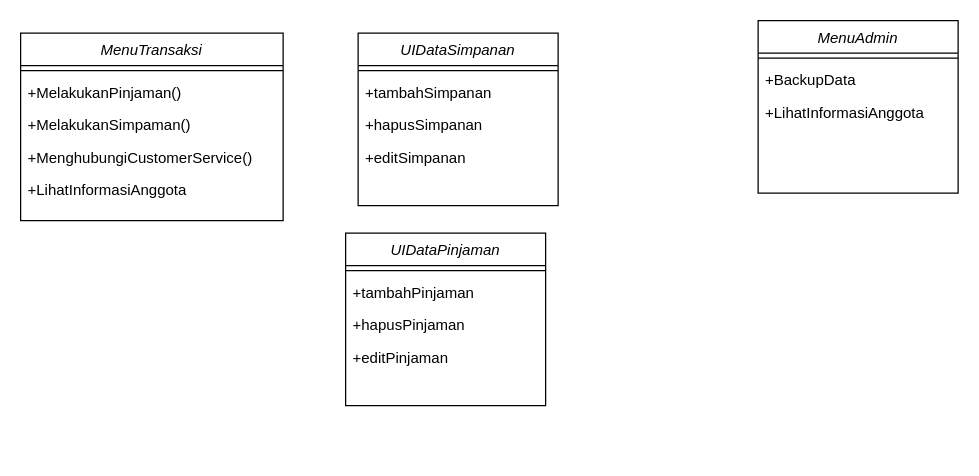
Earlier version of the draw.io diagram class.drawio (irfanshow/UML). Source tidied: cells renumbered, new cells numbered last; positions are measured from the earlier drawing's top-left corner, leaving out a move shared by most shapes. Both pictures are drawn from the tidied source at 125%, with x=0, y=0 at pixel (20, 20).
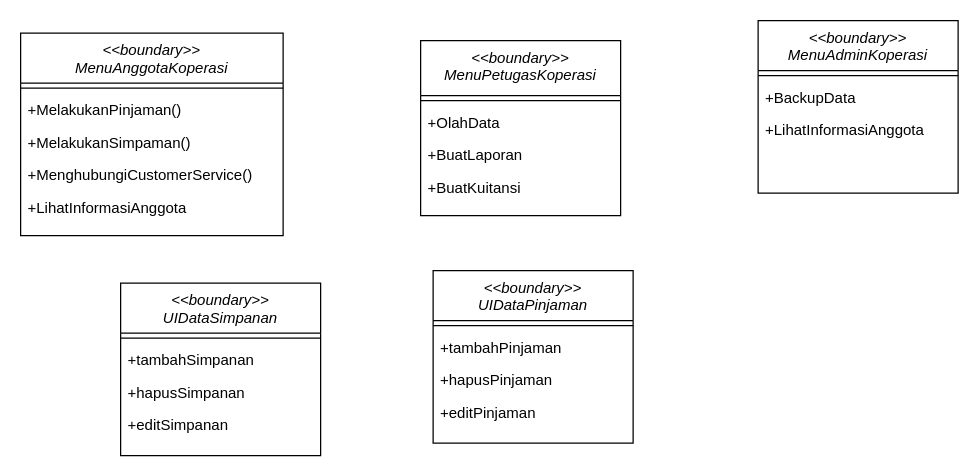
The same diagram, later.

Diff of the diagram source:
```diff
@@
-    <mxCell id="2" value="UIDataSimpanan" style="swimlane;fontStyle=2;align=center;verticalAlign=top;horizontal=1;startSize=26;rounded=0;shadow=0;strokeWidth=1;" parent="1" vertex="1">
-      <mxGeometry x="270" y="10" width="160" height="138" as="geometry" />
+    <mxCell id="2" value="&lt;&lt;boundary&gt;&gt;&#10;UIDataSimpanan" style="swimlane;fontStyle=2;align=center;verticalAlign=top;horizontal=1;startSize=40;rounded=0;shadow=0;strokeWidth=1;" parent="1" vertex="1">
+      <mxGeometry x="80" y="210" width="160" height="138" as="geometry" />
     </mxCell>
     <mxCell id="3" style="line;html=1;strokeWidth=1;align=left;verticalAlign=middle;spacingTop=-1;spacingLeft=3;spacingRight=3;labelPosition=right;" parent="2" vertex="1">
-      <mxGeometry y="26" width="160" height="8" as="geometry" />
+      <mxGeometry y="40" width="160" height="8" as="geometry" />
     </mxCell>
     <mxCell id="4" value="+tambahSimpanan" style="text;align=left;verticalAlign=top;spacingLeft=4;spacingRight=4;overflow=hidden;" parent="2" vertex="1">
-      <mxGeometry y="34" width="160" height="26" as="geometry" />
+      <mxGeometry y="48" width="160" height="26" as="geometry" />
     </mxCell>
     <mxCell id="5" value="+hapusSimpanan" style="text;align=left;verticalAlign=top;spacingLeft=4;spacingRight=4;overflow=hidden;" parent="2" vertex="1">
-      <mxGeometry y="60" width="160" height="26" as="geometry" />
+      <mxGeometry y="74" width="160" height="26" as="geometry" />
     </mxCell>
     <mxCell id="6" value="+editSimpanan" style="text;align=left;verticalAlign=top;spacingLeft=4;spacingRight=4;overflow=hidden;" parent="2" vertex="1">
-      <mxGeometry y="86" width="160" height="26" as="geometry" />
+      <mxGeometry y="100" width="160" height="26" as="geometry" />
     </mxCell>
-    <mxCell id="7" value="MenuTransaksi" style="swimlane;fontStyle=2;align=center;verticalAlign=top;horizontal=1;startSize=26;rounded=0;shadow=0;strokeWidth=1;" parent="1" vertex="1">
-      <mxGeometry y="10" width="210" height="150" as="geometry" />
+    <mxCell id="7" value="&lt;&lt;boundary&gt;&gt;&#10;MenuAnggotaKoperasi" style="swimlane;fontStyle=2;align=center;verticalAlign=top;horizontal=1;startSize=40;rounded=0;shadow=0;strokeWidth=1;" parent="1" vertex="1">
+      <mxGeometry y="10" width="210" height="162" as="geometry" />
     </mxCell>
     <mxCell id="8" style="line;html=1;strokeWidth=1;align=left;verticalAlign=middle;spacingTop=-1;spacingLeft=3;spacingRight=3;labelPosition=right;" parent="7" vertex="1">
-      <mxGeometry y="26" width="210" height="8" as="geometry" />
+      <mxGeometry y="40" width="210" height="8" as="geometry" />
     </mxCell>
     <mxCell id="9" value="+MelakukanPinjaman()" style="text;align=left;verticalAlign=top;spacingLeft=4;spacingRight=4;overflow=hidden;" parent="7" vertex="1">
-      <mxGeometry y="34" width="210" height="26" as="geometry" />
+      <mxGeometry y="48" width="210" height="26" as="geometry" />
     </mxCell>
     <mxCell id="10" value="+MelakukanSimpaman()" style="text;align=left;verticalAlign=top;spacingLeft=4;spacingRight=4;overflow=hidden;" parent="7" vertex="1">
-      <mxGeometry y="60" width="210" height="26" as="geometry" />
+      <mxGeometry y="74" width="210" height="26" as="geometry" />
     </mxCell>
     <mxCell id="11" value="+MenghubungiCustomerService()" style="text;align=left;verticalAlign=top;spacingLeft=4;spacingRight=4;overflow=hidden;" parent="7" vertex="1">
-      <mxGeometry y="86" width="210" height="26" as="geometry" />
+      <mxGeometry y="100" width="210" height="26" as="geometry" />
     </mxCell>
     <mxCell id="12" value="+LihatInformasiAnggota" style="text;align=left;verticalAlign=top;spacingLeft=4;spacingRight=4;overflow=hidden;" parent="7" vertex="1">
-      <mxGeometry y="112" width="210" height="26" as="geometry" />
+      <mxGeometry y="126" width="210" height="26" as="geometry" />
     </mxCell>
-    <mxCell id="13" value="MenuAdmin" style="swimlane;fontStyle=2;align=center;verticalAlign=top;horizontal=1;startSize=26;rounded=0;shadow=0;strokeWidth=1;" parent="1" vertex="1">
+    <mxCell id="13" value="&lt;&lt;boundary&gt;&gt;&#10;MenuAdminKoperasi" style="swimlane;fontStyle=2;align=center;verticalAlign=top;horizontal=1;startSize=40;rounded=0;shadow=0;strokeWidth=1;" parent="1" vertex="1">
       <mxGeometry x="590" width="160" height="138" as="geometry" />
     </mxCell>
     <mxCell id="14" style="line;html=1;strokeWidth=1;align=left;verticalAlign=middle;spacingTop=-1;spacingLeft=3;spacingRight=3;labelPosition=right;" parent="13" vertex="1">
-      <mxGeometry y="26" width="160" height="8" as="geometry" />
+      <mxGeometry y="40" width="160" height="8" as="geometry" />
     </mxCell>
     <mxCell id="15" value="+BackupData" style="text;align=left;verticalAlign=top;spacingLeft=4;spacingRight=4;overflow=hidden;" parent="13" vertex="1">
-      <mxGeometry y="34" width="160" height="26" as="geometry" />
+      <mxGeometry y="48" width="160" height="26" as="geometry" />
     </mxCell>
     <mxCell id="16" value="+LihatInformasiAnggota" style="text;align=left;verticalAlign=top;spacingLeft=4;spacingRight=4;overflow=hidden;" parent="13" vertex="1">
-      <mxGeometry y="60" width="160" height="26" as="geometry" />
+      <mxGeometry y="74" width="160" height="26" as="geometry" />
     </mxCell>
-    <mxCell id="17" value="UIDataPinjaman" style="swimlane;fontStyle=2;align=center;verticalAlign=top;horizontal=1;startSize=26;rounded=0;shadow=0;strokeWidth=1;" parent="1" vertex="1">
-      <mxGeometry x="260" y="170" width="160" height="138" as="geometry" />
+    <mxCell id="17" value="&lt;&lt;boundary&gt;&gt;&#10;UIDataPinjaman" style="swimlane;fontStyle=2;align=center;verticalAlign=top;horizontal=1;startSize=40;rounded=0;shadow=0;strokeWidth=1;" parent="1" vertex="1">
+      <mxGeometry x="330" y="200" width="160" height="138" as="geometry" />
     </mxCell>
     <mxCell id="18" style="line;html=1;strokeWidth=1;align=left;verticalAlign=middle;spacingTop=-1;spacingLeft=3;spacingRight=3;labelPosition=right;" parent="17" vertex="1">
-      <mxGeometry y="26" width="160" height="8" as="geometry" />
+      <mxGeometry y="40" width="160" height="8" as="geometry" />
     </mxCell>
     <mxCell id="19" value="+tambahPinjaman" style="text;align=left;verticalAlign=top;spacingLeft=4;spacingRight=4;overflow=hidden;" parent="17" vertex="1">
-      <mxGeometry y="34" width="160" height="26" as="geometry" />
+      <mxGeometry y="48" width="160" height="26" as="geometry" />
     </mxCell>
     <mxCell id="20" value="+hapusPinjaman" style="text;align=left;verticalAlign=top;spacingLeft=4;spacingRight=4;overflow=hidden;" parent="17" vertex="1">
-      <mxGeometry y="60" width="160" height="26" as="geometry" />
+      <mxGeometry y="74" width="160" height="26" as="geometry" />
     </mxCell>
     <mxCell id="21" value="+editPinjaman" style="text;align=left;verticalAlign=top;spacingLeft=4;spacingRight=4;overflow=hidden;" parent="17" vertex="1">
-      <mxGeometry y="86" width="160" height="26" as="geometry" />
+      <mxGeometry y="100" width="160" height="26" as="geometry" />
     </mxCell>
+    <mxCell id="22" value="&lt;&lt;boundary&gt;&gt;&#10;MenuPetugasKoperasi" style="swimlane;fontStyle=2;align=center;verticalAlign=top;horizontal=1;startSize=44;rounded=0;shadow=0;strokeWidth=1;" parent="1" vertex="1">
+      <mxGeometry x="320" y="16" width="160" height="140" as="geometry" />
+    </mxCell>
+    <mxCell id="23" style="line;html=1;strokeWidth=1;align=left;verticalAlign=middle;spacingTop=-1;spacingLeft=3;spacingRight=3;labelPosition=right;" parent="22" vertex="1">
+      <mxGeometry y="44" width="160" height="8" as="geometry" />
+    </mxCell>
+    <mxCell id="24" value="+OlahData" style="text;align=left;verticalAlign=top;spacingLeft=4;spacingRight=4;overflow=hidden;" parent="22" vertex="1">
+      <mxGeometry y="52" width="160" height="26" as="geometry" />
+    </mxCell>
+    <mxCell id="25" value="+BuatLaporan" style="text;align=left;verticalAlign=top;spacingLeft=4;spacingRight=4;overflow=hidden;" parent="22" vertex="1">
+      <mxGeometry y="78" width="160" height="26" as="geometry" />
+    </mxCell>
+    <mxCell id="26" value="+BuatKuitansi" style="text;align=left;verticalAlign=top;spacingLeft=4;spacingRight=4;overflow=hidden;" parent="22" vertex="1">
+      <mxGeometry y="104" width="160" height="26" as="geometry" />
+    </mxCell>
```
